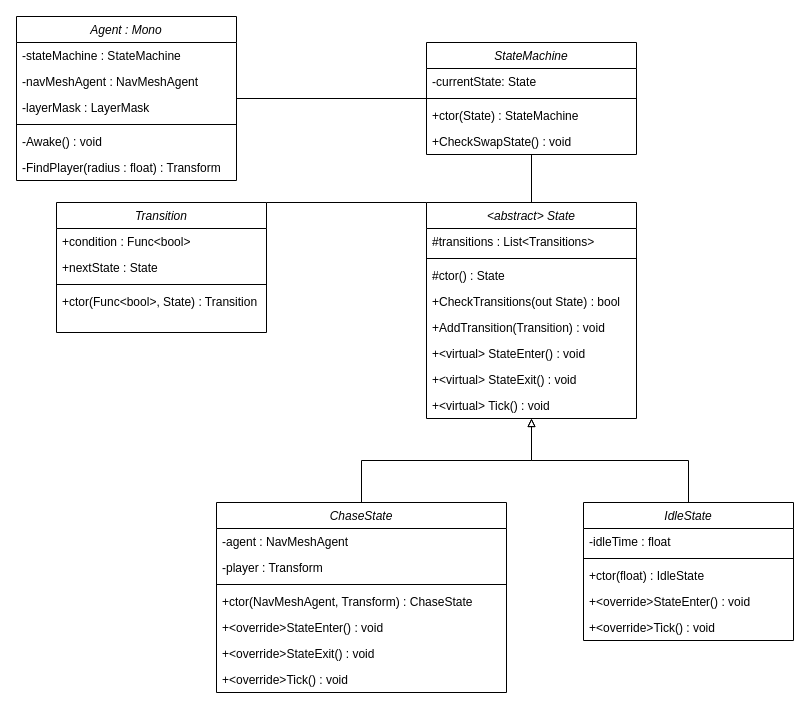
The draw.io diagram KIProjektKlasseDiagram.drawio in RDMJoker/LL_Semester2_Project, before the edit. Source tidied: cells renumbered, new cells numbered last; positions are measured from the earlier drawing's top-left corner, leaving out a move shared by most shapes. Both pictures are drawn from the tidied source at 100%, with x=0, y=0 at pixel (16, 16).
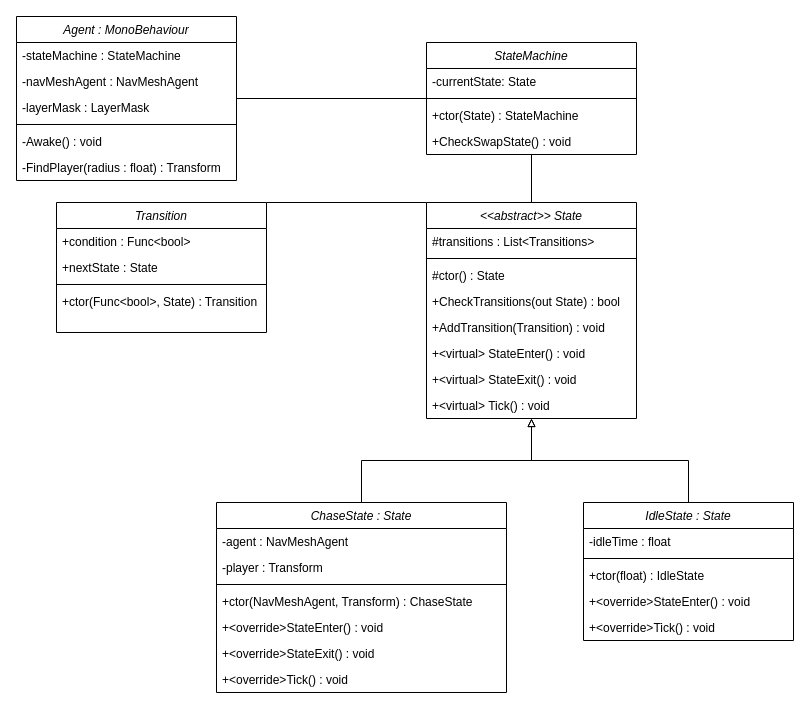
The same diagram, later.

The edit, as a diff of the source:
```diff
@@
-    <mxCell id="3" value="Agent : Mono" style="swimlane;fontStyle=2;align=center;verticalAlign=top;horizontal=1;startSize=26;rounded=0;shadow=0;strokeWidth=1;" parent="1" vertex="1">
+    <mxCell id="3" value="Agent : MonoBehaviour" style="swimlane;fontStyle=2;align=center;verticalAlign=top;horizontal=1;startSize=26;rounded=0;shadow=0;strokeWidth=1;" parent="1" vertex="1">
       <mxGeometry width="220" height="164" as="geometry" />
     </mxCell>
@@
-    <mxCell id="22" value="&lt;abstract&gt; State" style="swimlane;fontStyle=2;align=center;verticalAlign=top;horizontal=1;startSize=26;rounded=0;shadow=0;strokeWidth=1;" parent="1" vertex="1">
+    <mxCell id="22" value="&lt;&lt;abstract&gt;&gt; State" style="swimlane;fontStyle=2;align=center;verticalAlign=top;horizontal=1;startSize=26;rounded=0;shadow=0;strokeWidth=1;" parent="1" vertex="1">
       <mxGeometry x="410" y="186" width="210" height="216" as="geometry" />
     </mxCell>
@@
-    <mxCell id="32" value="ChaseState" style="swimlane;fontStyle=2;align=center;verticalAlign=top;horizontal=1;startSize=26;rounded=0;shadow=0;strokeWidth=1;" parent="1" vertex="1">
+    <mxCell id="32" value="ChaseState : State" style="swimlane;fontStyle=2;align=center;verticalAlign=top;horizontal=1;startSize=26;rounded=0;shadow=0;strokeWidth=1;" parent="1" vertex="1">
       <mxGeometry x="200" y="486" width="290" height="190" as="geometry" />
     </mxCell>
@@
-    <mxCell id="41" value="IdleState" style="swimlane;fontStyle=2;align=center;verticalAlign=top;horizontal=1;startSize=26;rounded=0;shadow=0;strokeWidth=1;" parent="1" vertex="1">
+    <mxCell id="41" value="IdleState : State" style="swimlane;fontStyle=2;align=center;verticalAlign=top;horizontal=1;startSize=26;rounded=0;shadow=0;strokeWidth=1;" parent="1" vertex="1">
       <mxGeometry x="567" y="486" width="210" height="138" as="geometry" />
     </mxCell>
```
